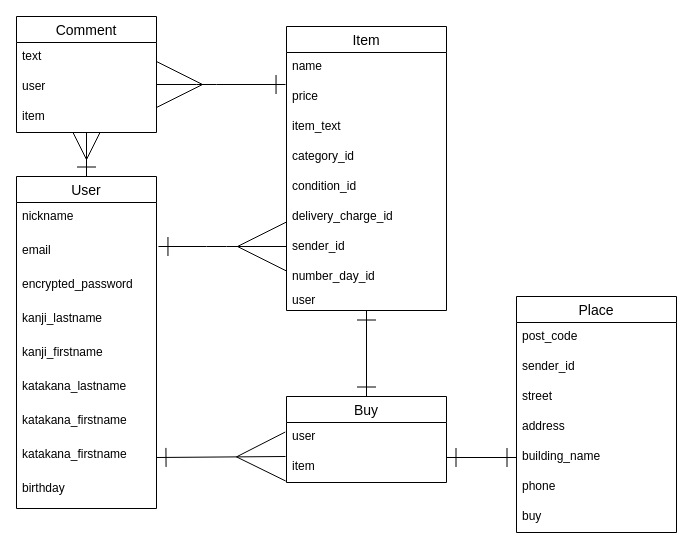
Above: data.dio in shimitar/furima-38471 (draw.io), before the change. Source tidied: cells renumbered, new cells numbered last; positions are measured from the earlier drawing's top-left corner, leaving out a move shared by most shapes. Both pictures are drawn from the tidied source at 100%, with x=0, y=0 at pixel (16, 16).
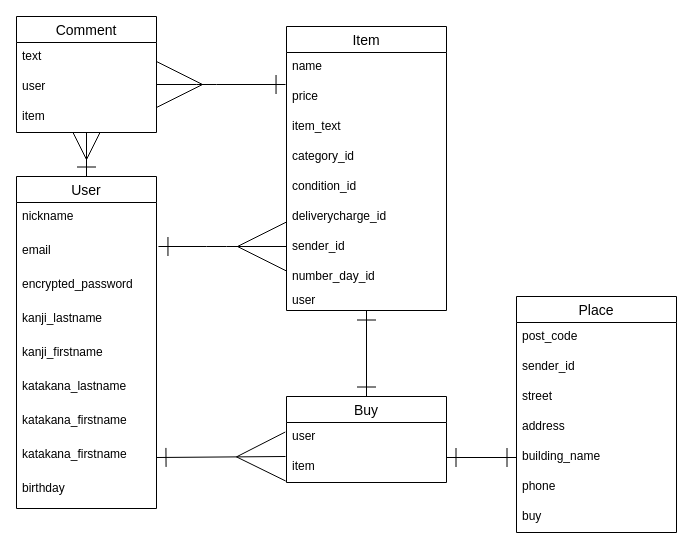
After the change.

The change refers to these unchanged cells:
```xml
<mxCell id="15" value="Item" style="swimlane;fontStyle=0;horizontal=1;startSize=26;align=center;fontSize=14;" parent="1" vertex="1">
  <mxGeometry x="270" y="10" width="160" height="284" as="geometry" />
</mxCell>
```

What changed in the source:
```diff
@@
-    <mxCell id="21" value="delivery_charge_id" style="text;strokeColor=none;fillColor=none;spacingLeft=4;spacingRight=4;overflow=hidden;fontSize=12;" parent="15" vertex="1">
+    <mxCell id="21" value="deliverycharge_id" style="text;strokeColor=none;fillColor=none;spacingLeft=4;spacingRight=4;overflow=hidden;fontSize=12;" parent="15" vertex="1">
       <mxGeometry y="176" width="160" height="30" as="geometry" />
     </mxCell>
```
